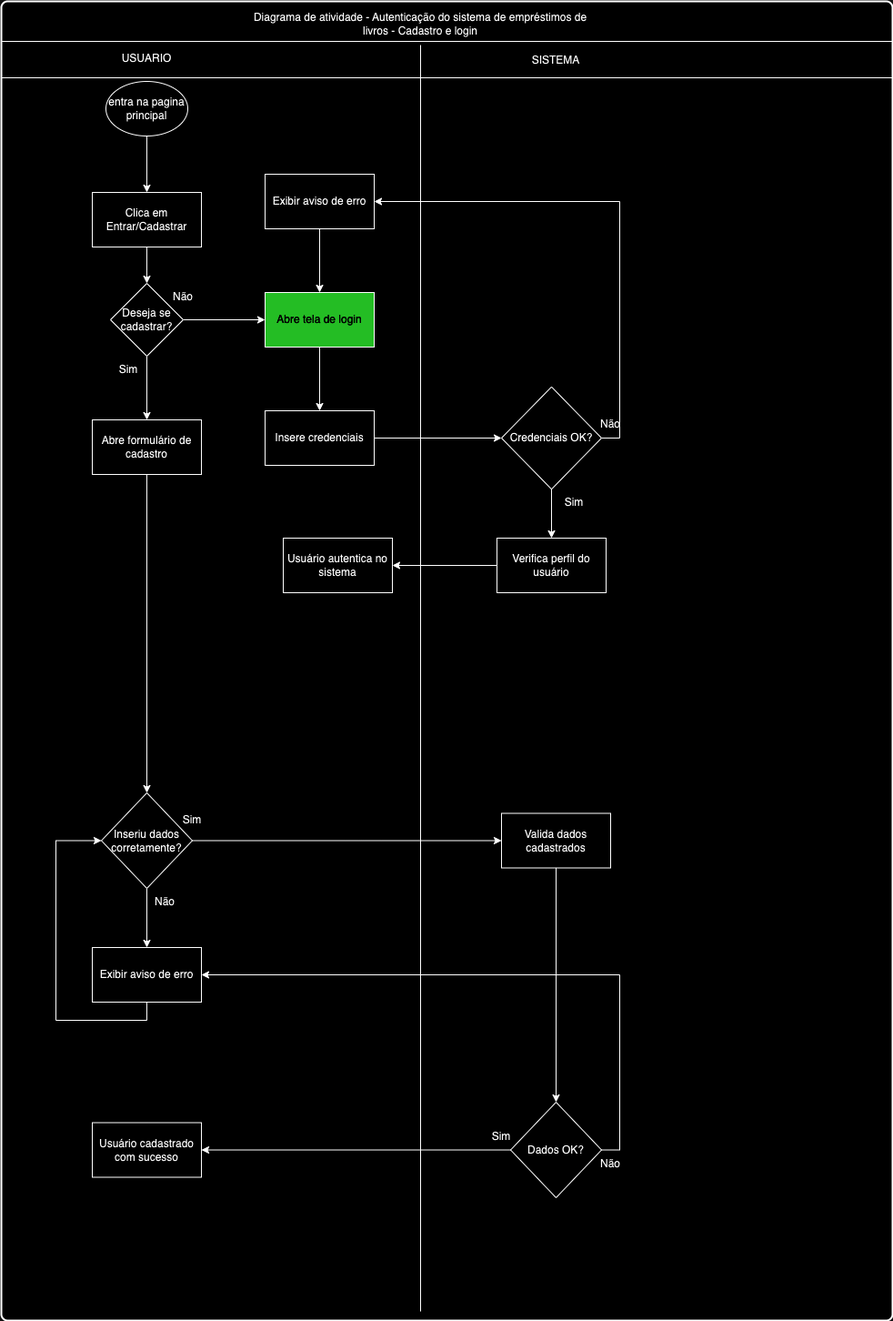
Before: Diagramas/Diagrama_atividade_cadastro_login.png, a diagram exported from draw.io (Raphael0305/Fatec-PI). Source tidied: cells renumbered, new cells last; positions are measured from the earlier drawing's top-left corner, leaving out a move shared by most shapes. Source of this version:
```xml
<mxGraphModel>
  <root>
    <mxCell id="0" />
    <mxCell id="1" parent="0" />
    <mxCell id="2" style="rounded=1;whiteSpace=wrap;html=1;absoluteArcSize=1;arcSize=14;strokeWidth=2;" parent="1" vertex="1">
      <mxGeometry width="980" height="1450" as="geometry" />
    </mxCell>
    <mxCell id="3" style="line;strokeWidth=1;fillColor=none;align=left;verticalAlign=middle;spacingTop=-1;spacingLeft=3;spacingRight=3;labelPosition=right;strokeColor=inherit;" parent="1" vertex="1">
      <mxGeometry y="40" width="980" height="8" as="geometry" />
    </mxCell>
    <mxCell id="4" value="Diagrama de atividade - Autenticação do sistema de empréstimos de livros - Cadastro e login" style="text;html=1;align=center;verticalAlign=middle;whiteSpace=wrap;rounded=0;" parent="1" vertex="1">
      <mxGeometry x="276" y="10" width="370" height="30" as="geometry" />
    </mxCell>
    <mxCell id="5" style="line;strokeWidth=1;fillColor=none;align=left;verticalAlign=middle;spacingTop=-1;spacingLeft=3;spacingRight=3;labelPosition=right;strokeColor=inherit;" parent="1" vertex="1">
      <mxGeometry y="80" width="980" height="8" as="geometry" />
    </mxCell>
    <mxCell id="6" style="line;strokeWidth=1;fillColor=none;align=left;verticalAlign=middle;spacingTop=-1;spacingLeft=3;spacingRight=3;labelPosition=right;strokeColor=inherit;direction=south;" parent="1" vertex="1">
      <mxGeometry x="457" y="48" width="8" height="1392" as="geometry" />
    </mxCell>
    <mxCell id="7" value="USUARIO" style="text;html=1;align=center;verticalAlign=middle;whiteSpace=wrap;rounded=0;" parent="1" vertex="1">
      <mxGeometry x="130" y="48" width="60" height="30" as="geometry" />
    </mxCell>
    <mxCell id="8" value="SISTEMA" style="text;html=1;align=center;verticalAlign=middle;whiteSpace=wrap;rounded=0;" parent="1" vertex="1">
      <mxGeometry x="580" y="50" width="60" height="30" as="geometry" />
    </mxCell>
    <mxCell id="9" style="edgeStyle=orthogonalEdgeStyle;rounded=0;jettySize=auto;html=1;exitX=0.5;exitY=1;exitDx=0;exitDy=0;entryX=0.5;entryY=0;entryDx=0;entryDy=0;" parent="1" edge="1" source="10" target="12">
      <mxGeometry relative="1" as="geometry" />
    </mxCell>
    <mxCell id="10" value="entra na pagina principal" style="ellipse;whiteSpace=wrap;html=1;" parent="1" vertex="1">
      <mxGeometry x="115" y="88" width="90" height="60" as="geometry" />
    </mxCell>
    <mxCell id="11" style="edgeStyle=orthogonalEdgeStyle;rounded=0;jettySize=auto;html=1;exitX=0.5;exitY=1;exitDx=0;exitDy=0;" parent="1" edge="1" source="12" target="15">
      <mxGeometry relative="1" as="geometry" />
    </mxCell>
    <mxCell id="12" value="Clica em Entrar/Cadastrar" style="rounded=0;whiteSpace=wrap;html=1;" parent="1" vertex="1">
      <mxGeometry x="100" y="210" width="120" height="60" as="geometry" />
    </mxCell>
    <mxCell id="13" style="edgeStyle=orthogonalEdgeStyle;rounded=0;jettySize=auto;html=1;exitX=0.5;exitY=1;exitDx=0;exitDy=0;entryX=0.5;entryY=0;entryDx=0;entryDy=0;" parent="1" edge="1" source="15" target="17">
      <mxGeometry relative="1" as="geometry" />
    </mxCell>
    <mxCell id="14" style="edgeStyle=orthogonalEdgeStyle;rounded=0;jettySize=auto;html=1;" parent="1" edge="1" source="15" target="31">
      <mxGeometry relative="1" as="geometry" />
    </mxCell>
    <mxCell id="15" value="Deseja se cadastrar?" style="rhombus;whiteSpace=wrap;html=1;" parent="1" vertex="1">
      <mxGeometry x="120" y="310" width="80" height="80" as="geometry" />
    </mxCell>
    <mxCell id="16" style="edgeStyle=orthogonalEdgeStyle;rounded=0;jettySize=auto;html=1;exitX=0.5;exitY=1;exitDx=0;exitDy=0;entryX=0.5;entryY=0;entryDx=0;entryDy=0;" parent="1" edge="1" source="17" target="21">
      <mxGeometry relative="1" as="geometry" />
    </mxCell>
    <mxCell id="17" value="Abre formulário de cadastro" style="rounded=0;whiteSpace=wrap;html=1;" parent="1" vertex="1">
      <mxGeometry x="100" y="460" width="120" height="60" as="geometry" />
    </mxCell>
    <mxCell id="18" value="Sim" style="text;html=1;align=center;verticalAlign=middle;whiteSpace=wrap;rounded=0;" parent="1" vertex="1">
      <mxGeometry x="110" y="390" width="60" height="30" as="geometry" />
    </mxCell>
    <mxCell id="19" style="edgeStyle=orthogonalEdgeStyle;rounded=0;jettySize=auto;html=1;exitX=1;exitY=0.5;exitDx=0;exitDy=0;" parent="1" edge="1" source="21" target="24">
      <mxGeometry relative="1" as="geometry" />
    </mxCell>
    <mxCell id="20" style="edgeStyle=orthogonalEdgeStyle;rounded=0;jettySize=auto;html=1;exitX=0.5;exitY=1;exitDx=0;exitDy=0;entryX=0.5;entryY=0;entryDx=0;entryDy=0;" parent="1" edge="1" source="21" target="43">
      <mxGeometry relative="1" as="geometry" />
    </mxCell>
    <mxCell id="21" value="Inseriu dados corretamente?" style="rhombus;whiteSpace=wrap;html=1;" parent="1" vertex="1">
      <mxGeometry x="110" y="870" width="100" height="105" as="geometry" />
    </mxCell>
    <mxCell id="22" value="Sim" style="text;html=1;align=center;verticalAlign=middle;whiteSpace=wrap;rounded=0;" parent="1" vertex="1">
      <mxGeometry x="180" y="885" width="60" height="30" as="geometry" />
    </mxCell>
    <mxCell id="23" style="edgeStyle=orthogonalEdgeStyle;rounded=0;jettySize=auto;html=1;exitX=0.5;exitY=1;exitDx=0;exitDy=0;entryX=0.5;entryY=0;entryDx=0;entryDy=0;" parent="1" edge="1" source="24" target="27">
      <mxGeometry relative="1" as="geometry" />
    </mxCell>
    <mxCell id="24" value="Valida dados cadastrados" style="rounded=0;whiteSpace=wrap;html=1;" parent="1" vertex="1">
      <mxGeometry x="550" y="892.5" width="120" height="60" as="geometry" />
    </mxCell>
    <mxCell id="25" style="edgeStyle=orthogonalEdgeStyle;rounded=0;jettySize=auto;html=1;exitX=0;exitY=0.5;exitDx=0;exitDy=0;entryX=1;entryY=0.5;entryDx=0;entryDy=0;" parent="1" edge="1" source="27" target="28">
      <mxGeometry relative="1" as="geometry" />
    </mxCell>
    <mxCell id="26" style="edgeStyle=orthogonalEdgeStyle;rounded=0;jettySize=auto;html=1;exitX=1;exitY=0.5;exitDx=0;exitDy=0;entryX=1;entryY=0.5;entryDx=0;entryDy=0;" parent="1" edge="1" source="27" target="43">
      <mxGeometry relative="1" as="geometry" />
    </mxCell>
    <mxCell id="27" value="Dados OK?" style="rhombus;whiteSpace=wrap;html=1;" parent="1" vertex="1">
      <mxGeometry x="560" y="1210" width="100" height="105" as="geometry" />
    </mxCell>
    <mxCell id="28" value="Usuário cadastrado com sucesso" style="rounded=0;whiteSpace=wrap;html=1;" parent="1" vertex="1">
      <mxGeometry x="100" y="1232.5" width="120" height="60" as="geometry" />
    </mxCell>
    <mxCell id="29" value="Sim" style="text;html=1;align=center;verticalAlign=middle;whiteSpace=wrap;rounded=0;" parent="1" vertex="1">
      <mxGeometry x="520" y="1232.5" width="60" height="30" as="geometry" />
    </mxCell>
    <mxCell id="30" style="edgeStyle=orthogonalEdgeStyle;rounded=0;jettySize=auto;html=1;exitX=0.5;exitY=1;exitDx=0;exitDy=0;entryX=0.5;entryY=0;entryDx=0;entryDy=0;" parent="1" edge="1" source="31" target="34">
      <mxGeometry relative="1" as="geometry" />
    </mxCell>
    <mxCell id="31" value="&lt;font color=&quot;#fafffd&quot;&gt;Abre tela de login&lt;/font&gt;" style="rounded=0;whiteSpace=wrap;html=1;fillColor=#009900;" parent="1" vertex="1">
      <mxGeometry x="290" y="320" width="120" height="60" as="geometry" />
    </mxCell>
    <mxCell id="32" value="Não" style="text;html=1;align=center;verticalAlign=middle;whiteSpace=wrap;rounded=0;" parent="1" vertex="1">
      <mxGeometry x="170" y="310" width="60" height="30" as="geometry" />
    </mxCell>
    <mxCell id="33" style="edgeStyle=orthogonalEdgeStyle;rounded=0;jettySize=auto;html=1;exitX=1;exitY=0.5;exitDx=0;exitDy=0;entryX=0;entryY=0.5;entryDx=0;entryDy=0;" parent="1" edge="1" source="34" target="37">
      <mxGeometry relative="1" as="geometry" />
    </mxCell>
    <mxCell id="34" value="Insere credenciais" style="rounded=0;whiteSpace=wrap;html=1;" parent="1" vertex="1">
      <mxGeometry x="290" y="450" width="120" height="60" as="geometry" />
    </mxCell>
    <mxCell id="35" style="edgeStyle=orthogonalEdgeStyle;rounded=0;jettySize=auto;html=1;exitX=0.5;exitY=1;exitDx=0;exitDy=0;entryX=0.5;entryY=0;entryDx=0;entryDy=0;" parent="1" edge="1" source="37" target="40">
      <mxGeometry relative="1" as="geometry" />
    </mxCell>
    <mxCell id="36" style="edgeStyle=orthogonalEdgeStyle;rounded=0;jettySize=auto;html=1;exitX=1;exitY=0.5;exitDx=0;exitDy=0;entryX=1;entryY=0.5;entryDx=0;entryDy=0;" parent="1" edge="1" source="37" target="47">
      <mxGeometry relative="1" as="geometry" />
    </mxCell>
    <mxCell id="37" value="Credenciais OK?" style="rhombus;whiteSpace=wrap;html=1;" parent="1" vertex="1">
      <mxGeometry x="550" y="423.8" width="110" height="112.5" as="geometry" />
    </mxCell>
    <mxCell id="38" value="Usuário autentica no sistema" style="rounded=0;whiteSpace=wrap;html=1;" parent="1" vertex="1">
      <mxGeometry x="310" y="590" width="120" height="60" as="geometry" />
    </mxCell>
    <mxCell id="39" style="edgeStyle=orthogonalEdgeStyle;rounded=0;jettySize=auto;html=1;exitX=0;exitY=0.5;exitDx=0;exitDy=0;entryX=1;entryY=0.5;entryDx=0;entryDy=0;" parent="1" edge="1" source="40" target="38">
      <mxGeometry relative="1" as="geometry" />
    </mxCell>
    <mxCell id="40" value="Verifica perfil do usuário" style="rounded=0;whiteSpace=wrap;html=1;" parent="1" vertex="1">
      <mxGeometry x="545" y="590" width="120" height="60" as="geometry" />
    </mxCell>
    <mxCell id="41" value="Sim" style="text;html=1;align=center;verticalAlign=middle;whiteSpace=wrap;rounded=0;" parent="1" vertex="1">
      <mxGeometry x="600" y="536.2" width="60" height="30" as="geometry" />
    </mxCell>
    <mxCell id="42" style="edgeStyle=orthogonalEdgeStyle;rounded=0;jettySize=auto;html=1;exitX=0.5;exitY=1;exitDx=0;exitDy=0;entryX=0;entryY=0.5;entryDx=0;entryDy=0;" parent="1" edge="1" source="43" target="21">
      <mxGeometry relative="1" as="geometry">
        <Array as="points">
          <mxPoint x="160" y="1120" />
          <mxPoint x="60" y="1120" />
          <mxPoint x="60" y="923" />
        </Array>
      </mxGeometry>
    </mxCell>
    <mxCell id="43" value="Exibir aviso de erro" style="rounded=0;whiteSpace=wrap;html=1;" parent="1" vertex="1">
      <mxGeometry x="100" y="1040" width="120" height="60" as="geometry" />
    </mxCell>
    <mxCell id="44" value="Não" style="text;html=1;align=center;verticalAlign=middle;whiteSpace=wrap;rounded=0;" parent="1" vertex="1">
      <mxGeometry x="150" y="975" width="60" height="30" as="geometry" />
    </mxCell>
    <mxCell id="45" value="Não" style="text;html=1;align=center;verticalAlign=middle;whiteSpace=wrap;rounded=0;" parent="1" vertex="1">
      <mxGeometry x="640" y="450" width="60" height="30" as="geometry" />
    </mxCell>
    <mxCell id="46" style="edgeStyle=orthogonalEdgeStyle;rounded=0;jettySize=auto;html=1;exitX=0.5;exitY=1;exitDx=0;exitDy=0;" parent="1" edge="1" source="47" target="31">
      <mxGeometry relative="1" as="geometry" />
    </mxCell>
    <mxCell id="47" value="Exibir aviso de erro" style="rounded=0;whiteSpace=wrap;html=1;" parent="1" vertex="1">
      <mxGeometry x="290" y="190" width="120" height="60" as="geometry" />
    </mxCell>
    <mxCell id="48" value="Não" style="text;html=1;align=center;verticalAlign=middle;whiteSpace=wrap;rounded=0;" parent="1" vertex="1">
      <mxGeometry x="640" y="1262.5" width="60" height="30" as="geometry" />
    </mxCell>
  </root>
</mxGraphModel>
```
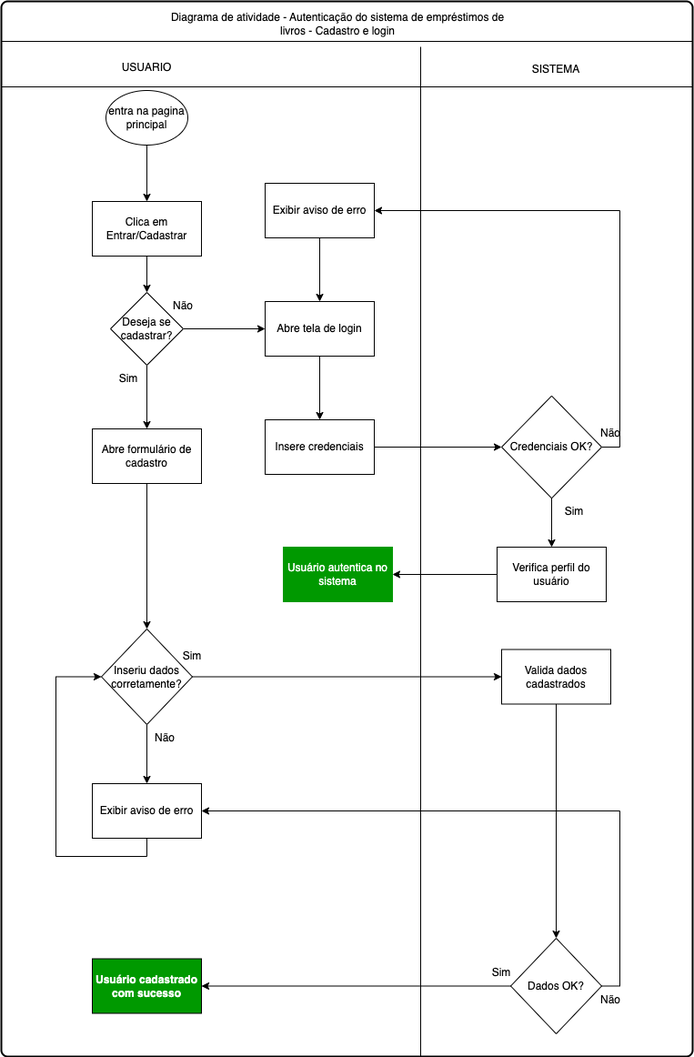
The same diagram one commit later.

The edit, as a diff of the source:
```diff
@@ -3,19 +3,16 @@
     <mxCell id="0" />
     <mxCell id="1" parent="0" />
     <mxCell id="2" style="rounded=1;whiteSpace=wrap;html=1;absoluteArcSize=1;arcSize=14;strokeWidth=2;" parent="1" vertex="1">
-      <mxGeometry width="980" height="1450" as="geometry" />
+      <mxGeometry y="-10" width="760" height="1160" as="geometry" />
     </mxCell>
-    <mxCell id="3" style="line;strokeWidth=1;fillColor=none;align=left;verticalAlign=middle;spacingTop=-1;spacingLeft=3;spacingRight=3;labelPosition=right;strokeColor=inherit;" parent="1" vertex="1">
-      <mxGeometry y="40" width="980" height="8" as="geometry" />
-    </mxCell>
     <mxCell id="4" value="Diagrama de atividade - Autenticação do sistema de empréstimos de livros - Cadastro e login" style="text;html=1;align=center;verticalAlign=middle;whiteSpace=wrap;rounded=0;" parent="1" vertex="1">
-      <mxGeometry x="276" y="10" width="370" height="30" as="geometry" />
+      <mxGeometry x="185" width="370" height="30" as="geometry" />
     </mxCell>
     <mxCell id="5" style="line;strokeWidth=1;fillColor=none;align=left;verticalAlign=middle;spacingTop=-1;spacingLeft=3;spacingRight=3;labelPosition=right;strokeColor=inherit;" parent="1" vertex="1">
-      <mxGeometry y="80" width="980" height="8" as="geometry" />
+      <mxGeometry y="80" width="760" height="8" as="geometry" />
     </mxCell>
     <mxCell id="6" style="line;strokeWidth=1;fillColor=none;align=left;verticalAlign=middle;spacingTop=-1;spacingLeft=3;spacingRight=3;labelPosition=right;strokeColor=inherit;direction=south;" parent="1" vertex="1">
-      <mxGeometry x="457" y="48" width="8" height="1392" as="geometry" />
+      <mxGeometry x="457" y="40" width="8" height="1110" as="geometry" />
     </mxCell>
     <mxCell id="7" value="USUARIO" style="text;html=1;align=center;verticalAlign=middle;whiteSpace=wrap;rounded=0;" parent="1" vertex="1">
       <mxGeometry x="130" y="48" width="60" height="30" as="geometry" />
@@ -60,16 +57,16 @@
       <mxGeometry relative="1" as="geometry" />
     </mxCell>
     <mxCell id="21" value="Inseriu dados corretamente?" style="rhombus;whiteSpace=wrap;html=1;" parent="1" vertex="1">
-      <mxGeometry x="110" y="870" width="100" height="105" as="geometry" />
+      <mxGeometry x="110" y="680" width="100" height="105" as="geometry" />
     </mxCell>
     <mxCell id="22" value="Sim" style="text;html=1;align=center;verticalAlign=middle;whiteSpace=wrap;rounded=0;" parent="1" vertex="1">
-      <mxGeometry x="180" y="885" width="60" height="30" as="geometry" />
+      <mxGeometry x="180" y="695" width="60" height="30" as="geometry" />
     </mxCell>
     <mxCell id="23" style="edgeStyle=orthogonalEdgeStyle;rounded=0;jettySize=auto;html=1;exitX=0.5;exitY=1;exitDx=0;exitDy=0;entryX=0.5;entryY=0;entryDx=0;entryDy=0;" parent="1" edge="1" source="24" target="27">
       <mxGeometry relative="1" as="geometry" />
     </mxCell>
     <mxCell id="24" value="Valida dados cadastrados" style="rounded=0;whiteSpace=wrap;html=1;" parent="1" vertex="1">
-      <mxGeometry x="550" y="892.5" width="120" height="60" as="geometry" />
+      <mxGeometry x="550" y="702.5" width="120" height="60" as="geometry" />
     </mxCell>
     <mxCell id="25" style="edgeStyle=orthogonalEdgeStyle;rounded=0;jettySize=auto;html=1;exitX=0;exitY=0.5;exitDx=0;exitDy=0;entryX=1;entryY=0.5;entryDx=0;entryDy=0;" parent="1" edge="1" source="27" target="28">
       <mxGeometry relative="1" as="geometry" />
@@ -78,18 +75,18 @@
       <mxGeometry relative="1" as="geometry" />
     </mxCell>
     <mxCell id="27" value="Dados OK?" style="rhombus;whiteSpace=wrap;html=1;" parent="1" vertex="1">
-      <mxGeometry x="560" y="1210" width="100" height="105" as="geometry" />
+      <mxGeometry x="560" y="1020" width="100" height="105" as="geometry" />
     </mxCell>
-    <mxCell id="28" value="Usuário cadastrado com sucesso" style="rounded=0;whiteSpace=wrap;html=1;" parent="1" vertex="1">
-      <mxGeometry x="100" y="1232.5" width="120" height="60" as="geometry" />
+    <mxCell id="28" value="&lt;font color=&quot;#ffffff&quot;&gt;&lt;b&gt;Usuário cadastrado com sucesso&lt;/b&gt;&lt;/font&gt;" style="rounded=0;whiteSpace=wrap;html=1;fillColor=#009900;" parent="1" vertex="1">
+      <mxGeometry x="100" y="1042.5" width="120" height="60" as="geometry" />
     </mxCell>
     <mxCell id="29" value="Sim" style="text;html=1;align=center;verticalAlign=middle;whiteSpace=wrap;rounded=0;" parent="1" vertex="1">
-      <mxGeometry x="520" y="1232.5" width="60" height="30" as="geometry" />
+      <mxGeometry x="520" y="1042.5" width="60" height="30" as="geometry" />
     </mxCell>
     <mxCell id="30" style="edgeStyle=orthogonalEdgeStyle;rounded=0;jettySize=auto;html=1;exitX=0.5;exitY=1;exitDx=0;exitDy=0;entryX=0.5;entryY=0;entryDx=0;entryDy=0;" parent="1" edge="1" source="31" target="34">
       <mxGeometry relative="1" as="geometry" />
     </mxCell>
-    <mxCell id="31" value="&lt;font color=&quot;#fafffd&quot;&gt;Abre tela de login&lt;/font&gt;" style="rounded=0;whiteSpace=wrap;html=1;fillColor=#009900;" parent="1" vertex="1">
+    <mxCell id="31" value="Abre tela de login" style="rounded=0;whiteSpace=wrap;html=1;fillColor=#FFFFFF;" parent="1" vertex="1">
       <mxGeometry x="290" y="320" width="120" height="60" as="geometry" />
     </mxCell>
     <mxCell id="32" value="Não" style="text;html=1;align=center;verticalAlign=middle;whiteSpace=wrap;rounded=0;" parent="1" vertex="1">
@@ -110,7 +107,7 @@
     <mxCell id="37" value="Credenciais OK?" style="rhombus;whiteSpace=wrap;html=1;" parent="1" vertex="1">
       <mxGeometry x="550" y="423.8" width="110" height="112.5" as="geometry" />
     </mxCell>
-    <mxCell id="38" value="Usuário autentica no sistema" style="rounded=0;whiteSpace=wrap;html=1;" parent="1" vertex="1">
+    <mxCell id="38" value="&lt;font color=&quot;#ffffff&quot;&gt;Usuário autentica no sistema&lt;/font&gt;" style="rounded=0;whiteSpace=wrap;html=1;strokeColor=#009900;fillColor=#009900;" parent="1" vertex="1">
       <mxGeometry x="310" y="590" width="120" height="60" as="geometry" />
     </mxCell>
     <mxCell id="39" style="edgeStyle=orthogonalEdgeStyle;rounded=0;jettySize=auto;html=1;exitX=0;exitY=0.5;exitDx=0;exitDy=0;entryX=1;entryY=0.5;entryDx=0;entryDy=0;" parent="1" edge="1" source="40" target="38">
@@ -125,17 +122,17 @@
     <mxCell id="42" style="edgeStyle=orthogonalEdgeStyle;rounded=0;jettySize=auto;html=1;exitX=0.5;exitY=1;exitDx=0;exitDy=0;entryX=0;entryY=0.5;entryDx=0;entryDy=0;" parent="1" edge="1" source="43" target="21">
       <mxGeometry relative="1" as="geometry">
         <Array as="points">
-          <mxPoint x="160" y="1120" />
-          <mxPoint x="60" y="1120" />
-          <mxPoint x="60" y="923" />
+          <mxPoint x="160" y="930" />
+          <mxPoint x="60" y="930" />
+          <mxPoint x="60" y="733" />
         </Array>
       </mxGeometry>
     </mxCell>
     <mxCell id="43" value="Exibir aviso de erro" style="rounded=0;whiteSpace=wrap;html=1;" parent="1" vertex="1">
-      <mxGeometry x="100" y="1040" width="120" height="60" as="geometry" />
+      <mxGeometry x="100" y="850" width="120" height="60" as="geometry" />
     </mxCell>
     <mxCell id="44" value="Não" style="text;html=1;align=center;verticalAlign=middle;whiteSpace=wrap;rounded=0;" parent="1" vertex="1">
-      <mxGeometry x="150" y="975" width="60" height="30" as="geometry" />
+      <mxGeometry x="150" y="785" width="60" height="30" as="geometry" />
     </mxCell>
     <mxCell id="45" value="Não" style="text;html=1;align=center;verticalAlign=middle;whiteSpace=wrap;rounded=0;" parent="1" vertex="1">
       <mxGeometry x="640" y="450" width="60" height="30" as="geometry" />
@@ -147,7 +144,10 @@
       <mxGeometry x="290" y="190" width="120" height="60" as="geometry" />
     </mxCell>
     <mxCell id="48" value="Não" style="text;html=1;align=center;verticalAlign=middle;whiteSpace=wrap;rounded=0;" parent="1" vertex="1">
-      <mxGeometry x="640" y="1262.5" width="60" height="30" as="geometry" />
+      <mxGeometry x="640" y="1072.5" width="60" height="30" as="geometry" />
     </mxCell>
+    <mxCell id="49" style="line;strokeWidth=1;fillColor=none;align=left;verticalAlign=middle;spacingTop=-1;spacingLeft=3;spacingRight=3;labelPosition=right;strokeColor=inherit;" parent="1" vertex="1">
+      <mxGeometry y="30" width="760" height="8" as="geometry" />
+    </mxCell>
   </root>
 </mxGraphModel>
```
